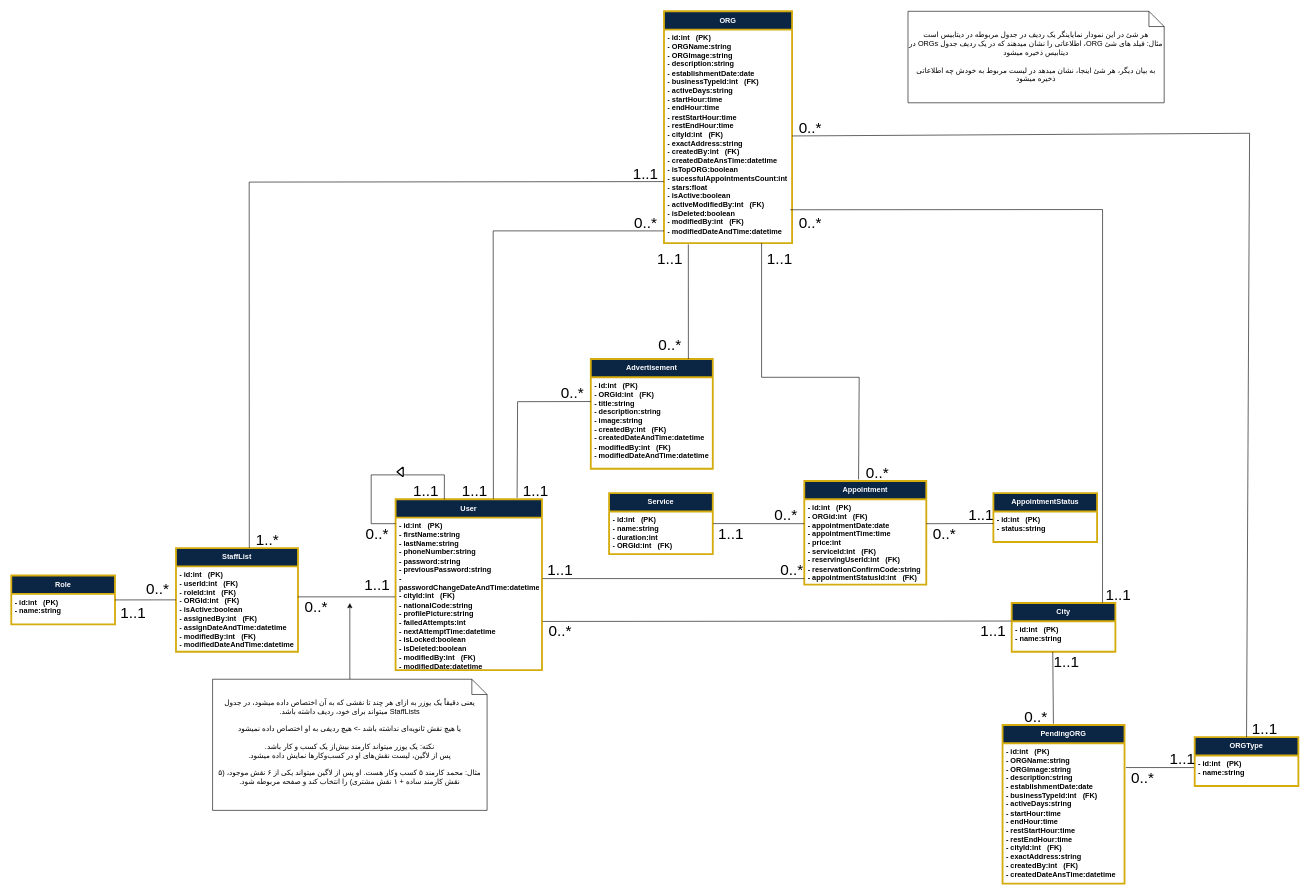
This is Documentation/Analysis/Modeling/Structural Models/Class Diagrams/DatabaseSchema.drawio from TnT74K/Project-SAD, a draw.io file, before an edit. Source tidied: cells renumbered, new cells numbered last; positions are measured from the earlier drawing's top-left corner, leaving out a move shared by most shapes. Both pictures are drawn from the tidied source at 61%, with x=0, y=0 at pixel (11, 11).
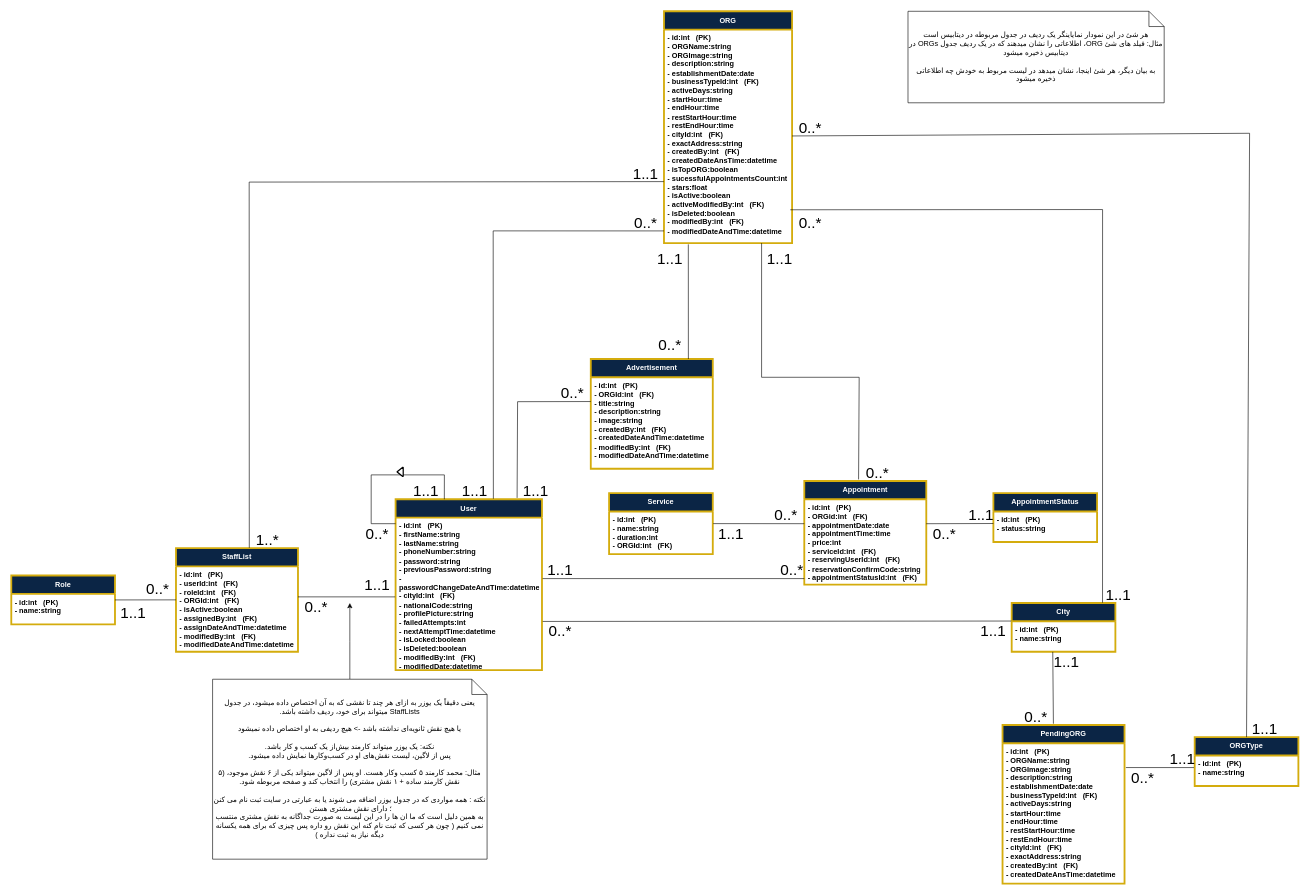
After the change.

Commit message:
Update DatabaseShcema note

What changed in the source:
```diff
@@
-    <mxCell id="75" value="یعنی دقیقاً یک یوزر به ازای هر چند تا نقشی که به آن اختصاص داده میشود، در جدول StaffLists میتواند برای خود، ردیف داشته باشد.&lt;div&gt;&lt;br&gt;&lt;/div&gt;&lt;div&gt;یا هیچ نقش ثانویه‌ای نداشته باشد -&amp;gt; هیچ ردیفی به او اختصاص داده نمیشود&lt;/div&gt;&lt;div&gt;&lt;br&gt;&lt;/div&gt;&lt;div&gt;نکته: یک یوزر میتواند کارمند بیش‌از یک کسب و کار باشد.&lt;/div&gt;&lt;div&gt;پس از لاگین، لیست نقش‌های او در کسب‌وکارها نمایش داده میشود.&lt;/div&gt;&lt;div&gt;&lt;br&gt;&lt;/div&gt;&lt;div&gt;مثال: محمد کارمند ۵ کسب وکار هست. او پس از لاگین میتواند یکی از ۶ نقش موجود، (۵ نقش کارمند ساده + ۱ نقش مشتری) را انتخاب کند و صفحه مربوطه شود.&lt;/div&gt;" style="shape=note2;boundedLbl=1;whiteSpace=wrap;html=1;size=25;verticalAlign=top;align=center;fontFamily=zain;strokeColor=default;fontSize=12;fontColor=default;textDirection=rtl;fillColor=default;" parent="1" vertex="1">
-      <mxGeometry x="330" y="1095" width="450" height="215" as="geometry" />
+    <mxCell id="75" value="یعنی دقیقاً یک یوزر به ازای هر چند تا نقشی که به آن اختصاص داده میشود، در جدول StaffLists میتواند برای خود، ردیف داشته باشد.&lt;div&gt;&lt;br&gt;&lt;/div&gt;&lt;div&gt;یا هیچ نقش ثانویه‌ای نداشته باشد -&amp;gt; هیچ ردیفی به او اختصاص داده نمیشود&lt;/div&gt;&lt;div&gt;&lt;br&gt;&lt;/div&gt;&lt;div&gt;نکته: یک یوزر میتواند کارمند بیش‌از یک کسب و کار باشد.&lt;/div&gt;&lt;div&gt;پس از لاگین، لیست نقش‌های او در کسب‌وکارها نمایش داده میشود.&lt;/div&gt;&lt;div&gt;&lt;br&gt;&lt;/div&gt;&lt;div&gt;مثال: محمد کارمند ۵ کسب وکار هست. او پس از لاگین میتواند یکی از ۶ نقش موجود، (۵ نقش کارمند ساده + ۱ نقش مشتری) را انتخاب کند و صفحه مربوطه شود.&lt;/div&gt;&lt;div&gt;&lt;br&gt;&lt;/div&gt;&lt;div&gt;نکته : همه مواردی که در جدول یوزر اضافه می شوند یا به عبارتی در سایت ثبت نام می کنن ؛ دارای نقش مشتری هستن&amp;nbsp;&lt;br&gt;به همین دلیل است که ما ان ها را در این لیست به صورت جداگانه به نقش مشتری منتسب نمی کنیم ( چون هر کسی که ثبت نام کنه این نقش رو داره پس چیزی که برای همه یکسانه دیگه نیاز به ثبت نداره )&lt;/div&gt;" style="shape=note2;boundedLbl=1;whiteSpace=wrap;html=1;size=25;verticalAlign=top;align=center;fontFamily=zain;strokeColor=default;fontSize=12;fontColor=default;textDirection=rtl;fillColor=default;" parent="1" vertex="1">
+      <mxGeometry x="330" y="1095" width="450" height="295" as="geometry" />
     </mxCell>
```
